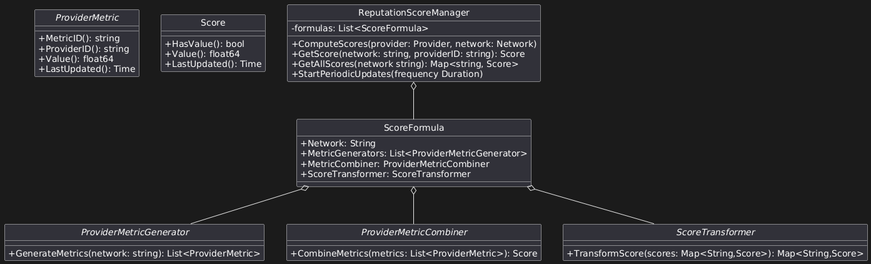
Earlier version of the PlantUML export docs/dip-001/class-diagram.png (DIN-center/din-caddy-plugins). The source it was exported from:
```plantuml
@startuml
skinparam style strictuml
skinparam classAttributeIconSize 0

interface ProviderMetric {
+MetricID(): string
+ProviderID(): string
+Value(): float64
+LastUpdated(): Time
}
class Score {
+HasValue(): bool
+Value(): float64
+LastUpdated(): Time
}
interface ProviderMetricGenerator {
+GenerateMetrics(network: string): List<ProviderMetric>
}
interface ProviderMetricCombiner {
+CombineMetrics(metrics: List<ProviderMetric>): Score
}
interface ScoreTransformer {
+TransformScore(scores: Map<String,Score>): Map<String,Score>
}
class ScoreFormula {
+Network: String
+MetricGenerators: List<ProviderMetricGenerator>
+MetricCombiner: ProviderMetricCombiner
+ScoreTransformer: ScoreTransformer
}
class ReputationScoreManager {
-formulas: List<ScoreFormula>
+ComputeScores(provider: Provider, network: Network)
+GetScore(network: string, providerID: string): Score
+GetAllScores(network string): Map<string, Score>
+StartPeriodicUpdates(frequency Duration)
}
ReputationScoreManager o-- ScoreFormula
ScoreFormula o-- ProviderMetricGenerator
ScoreFormula o-- ProviderMetricCombiner
ScoreFormula o-- ScoreTransformer
@enduml
```
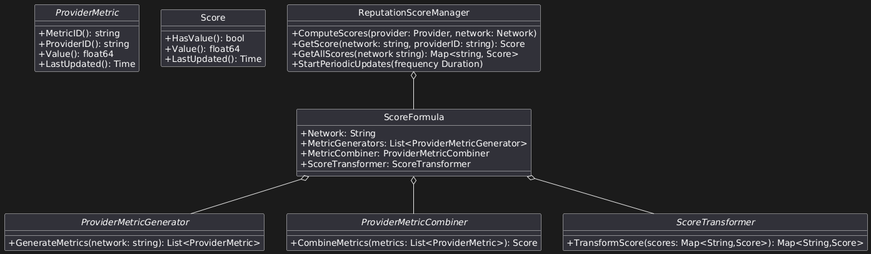
The same diagram one commit later.

Change to the diagram source:
```diff
@@ -29,7 +29,6 @@
 +ScoreTransformer: ScoreTransformer
 }
 class ReputationScoreManager {
--formulas: List<ScoreFormula>
 +ComputeScores(provider: Provider, network: Network)
 +GetScore(network: string, providerID: string): Score
 +GetAllScores(network string): Map<string, Score>
```
